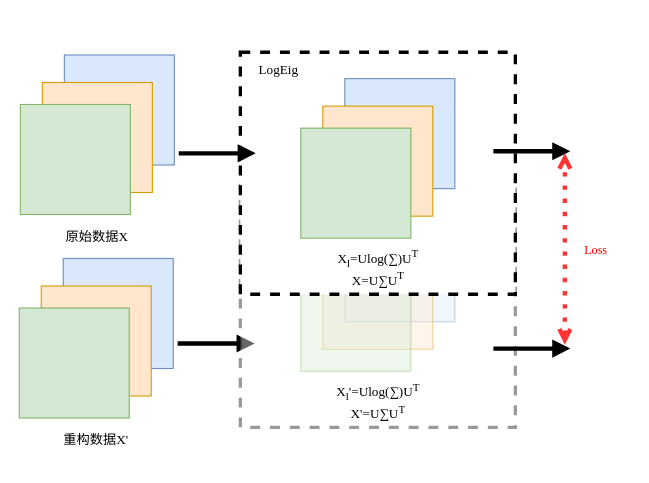
Before: page "第 9 页" (9 of 9) of spd.drawio in balllightnings/draw, a draw.io diagram. Source tidied: cells renumbered, new cells numbered last; positions are measured from the earlier drawing's top-left corner, leaving out a move shared by most shapes. Both pictures are drawn from the tidied source at 110%, with x=0, y=0 at pixel (19, 19).
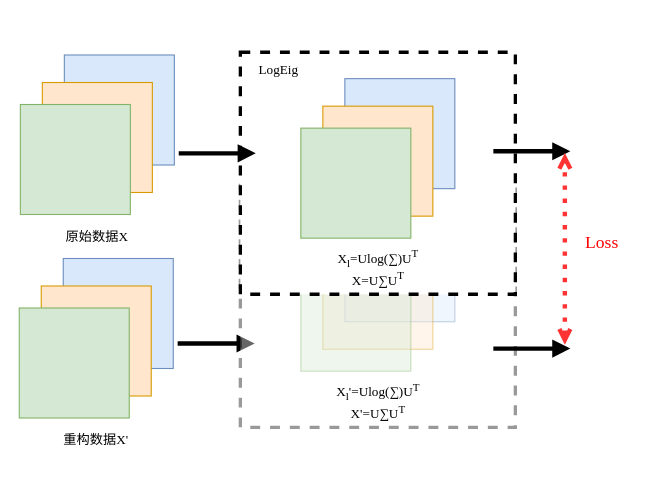
Above is the later version.

What changed in the source:
```diff
@@
-    <mxCell id="30" value="&lt;font style=&quot;font-size: 11px;&quot; color=&quot;#ff0000&quot;&gt;Loss&lt;/font&gt;" style="text;html=1;strokeColor=none;fillColor=none;align=center;verticalAlign=middle;whiteSpace=wrap;rounded=0;fontSize=8.5;fontFamily=Times New Roman;" parent="1" vertex="1">
-      <mxGeometry x="510" y="200" width="29" height="20" as="geometry" />
+    <mxCell id="30" value="&lt;font style=&quot;font-size: 16px;&quot; color=&quot;#ff0000&quot;&gt;Loss&lt;/font&gt;" style="text;html=1;strokeColor=none;fillColor=none;align=center;verticalAlign=middle;whiteSpace=wrap;rounded=0;fontSize=8.5;fontFamily=Times New Roman;" parent="1" vertex="1">
+      <mxGeometry x="505" y="186.2" width="50" height="32.5" as="geometry" />
     </mxCell>
```
